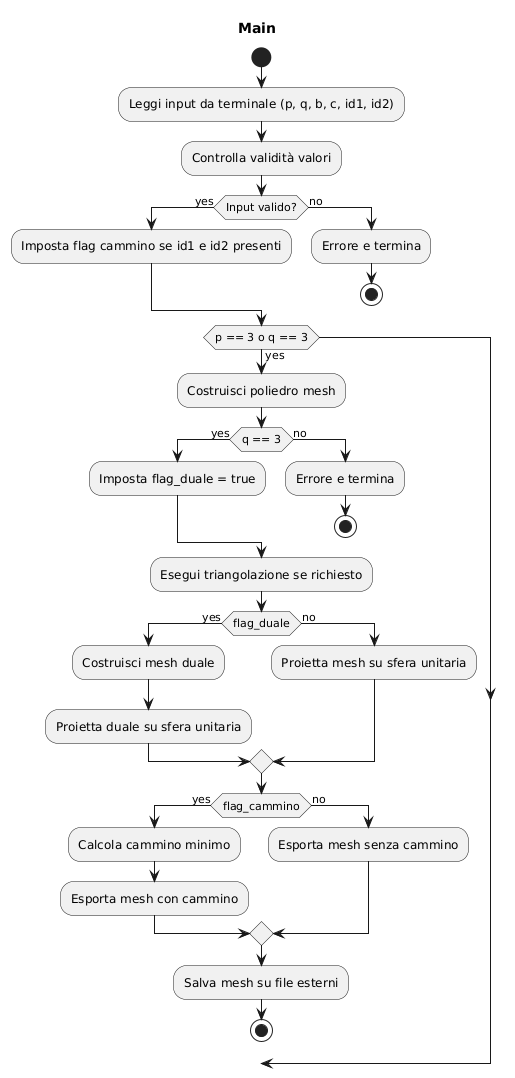
ElenaFaraci/PCS_project_2025 keeps this PlantUML diagram as Documentazione UML/File png/Main.png. Above is the earlier version.
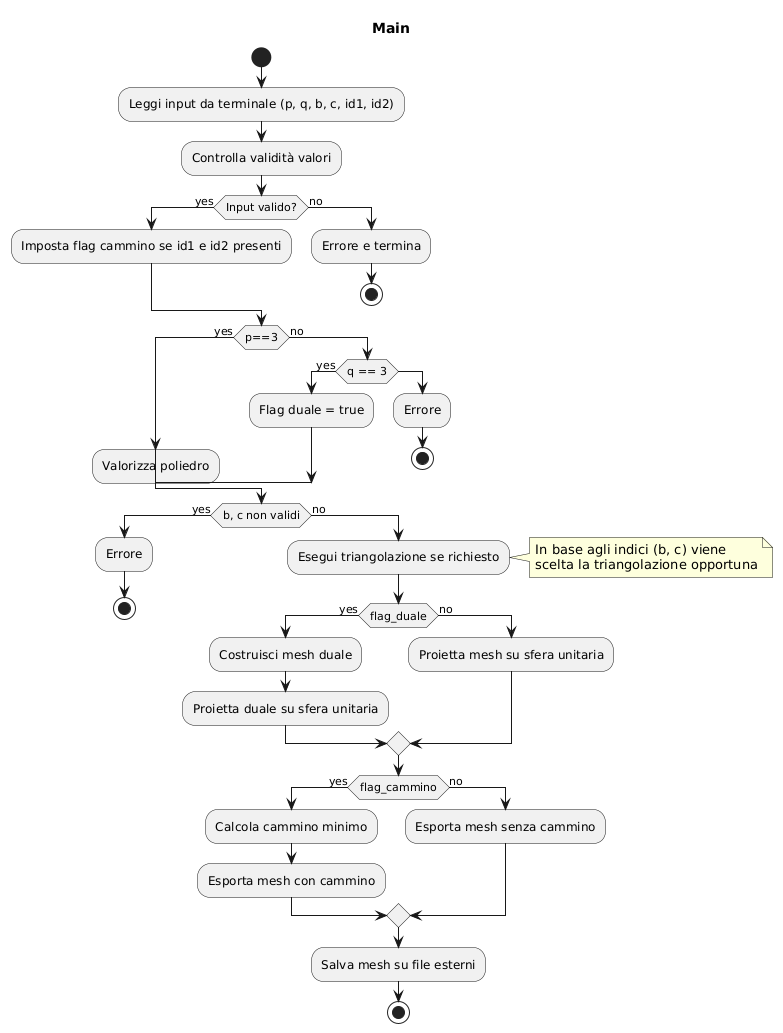
The same diagram one commit later.

Change to the diagram source:
```diff
@@ -11,17 +11,31 @@
     stop
   endif
 
-  if (p == 3 o q == 3) then (yes)
-    :Costruisci poliedro mesh;
-    if (q == 3) then (yes)
-      :Imposta flag_duale = true;
-  else (no)
-    :Errore e termina;
-    stop
-  endif
+if (p==3) then (yes)
+label sp_lab0
+label sp_lab1
+label lab
+:Valorizza poliedro;
+else (no)
+if (q == 3) then (yes)
+:Flag duale = true;
+label sp_lab2
+goto sp_lab1
+else
+:Errore;
+stop
+endif
+endif
+if (b, c non validi) then (yes)
+:Errore;
+stop
+else(no)
 
   :Esegui triangolazione se richiesto;
-
+note right
+In base agli indici (b, c) viene
+scelta la triangolazione opportuna
+end note
   if (flag_duale) then (yes)
     :Costruisci mesh duale;
     :Proietta duale su sfera unitaria;
```
